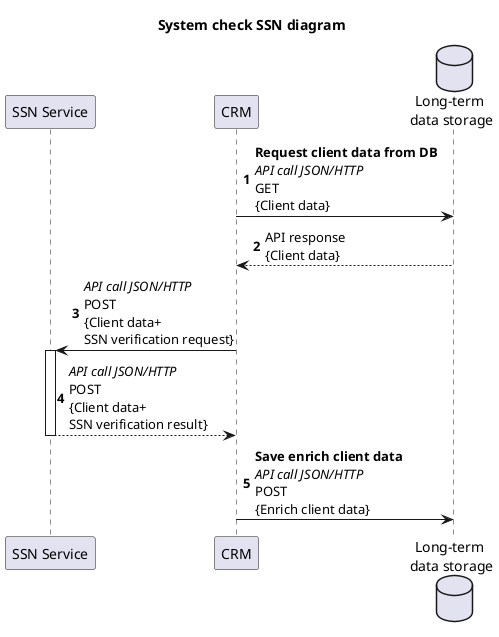
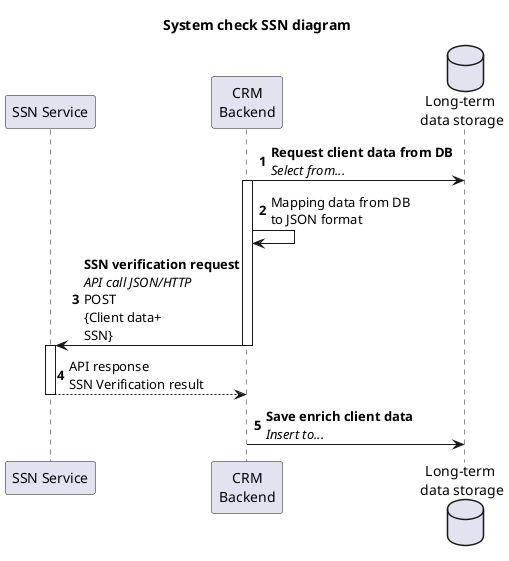
@startuml
'https://plantuml.com/sequence-diagram

autonumber

title "System check SSN diagram"

participant "SSN Service" as ssn
- participant "CRM" as crm
+ participant "CRM\nBackend" as crm
database "Long-term \ndata storage" as db
- crm->db: **Request client data from DB**\n//API call JSON/HTTP//\nGET\n{Client data}
- db-->crm: API response\n{Client data}
- crm->ssn: //API call JSON/HTTP//\nPOST\n{Client data+\nSSN verification request}
+ crm->db: **Request client data from DB**\n//Select from...//
+ activate crm
+ crm->crm: Mapping data from DB\nto JSON format
+ crm->ssn: **SSN verification request**\n//API call JSON/HTTP//\nPOST\n{Client data+\nSSN}
+ deactivate crm
activate ssn
- ssn-->crm: //API call JSON/HTTP//\nPOST\n{Client data+\nSSN verification result}
+ ssn-->crm: API response\nSSN Verification result
deactivate ssn
- crm->db: **Save enrich client data**\n//API call JSON/HTTP//\nPOST\n{Enrich client data}
+ crm->db: **Save enrich client data**\n//Insert to...//
@enduml